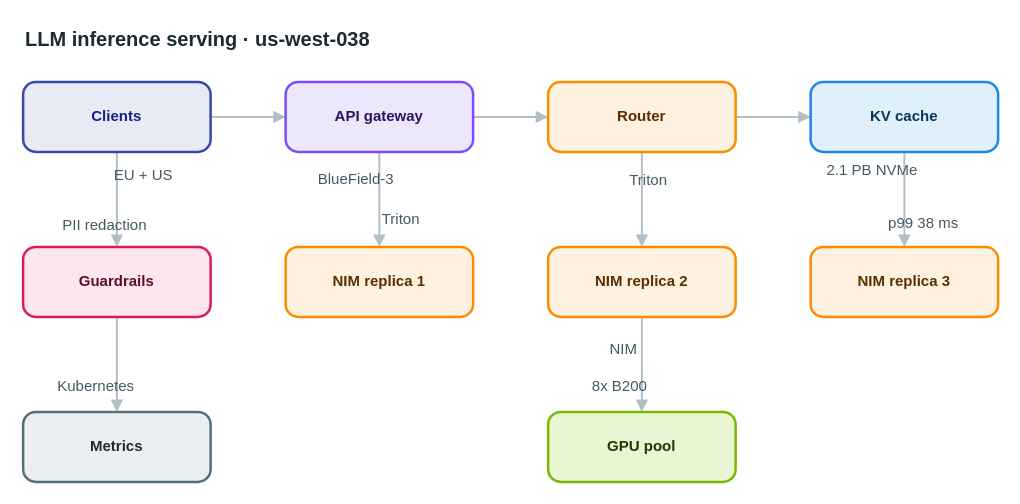
Above: apps/web/public/samples/library/038-llm-inference-serving.drawio in AryanG01/open-apprentice (draw.io), before the change. Source tidied: cells renumbered, new cells numbered last; positions are measured from the earlier drawing's top-left corner, leaving out a move shared by most shapes. Both pictures are drawn from the tidied source at 125%, with x=0, y=0 at pixel (22, 21).
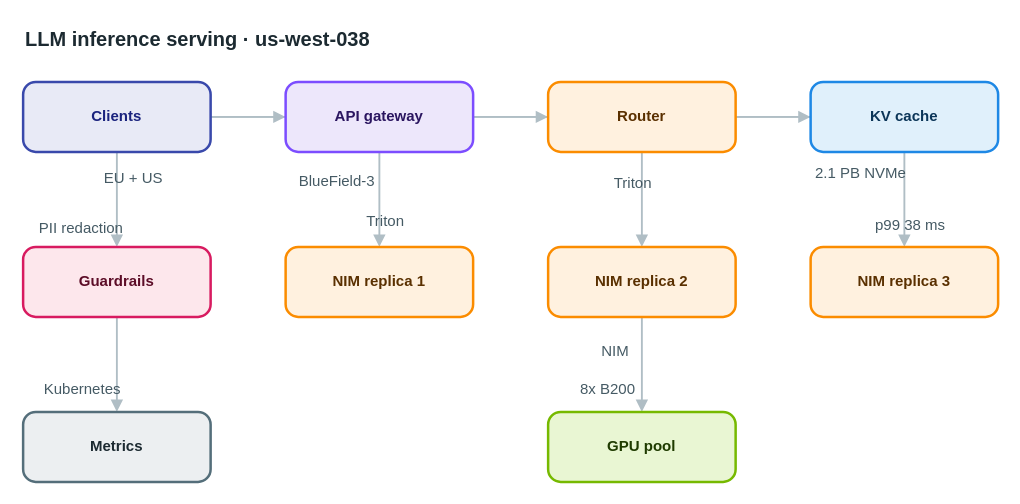
Above is the later version.

The edit, as a diff of the source:
```diff
@@
-    <mxCell id="22" value="EU + US" style="text;html=1;align=center;verticalAlign=middle;whiteSpace=nowrap;strokeColor=none;fillColor=none;fontSize=12;fontColor=#455a64;" parent="1" vertex="1">
+    <mxCell id="22" value="EU + US" style="text;html=1;align=left;verticalAlign=top;whiteSpace=nowrap;spacing=0;spacingTop=0;strokeColor=none;fillColor=none;fontSize=12;fontColor=#455a64;" parent="1" vertex="1">
       <mxGeometry x="65" y="113" width="61" height="20" as="geometry" />
     </mxCell>
-    <mxCell id="23" value="BlueField-3" style="text;html=1;align=center;verticalAlign=middle;whiteSpace=nowrap;strokeColor=none;fillColor=none;fontSize=12;fontColor=#455a64;" parent="1" vertex="1">
+    <mxCell id="23" value="BlueField-3" style="text;html=1;align=left;verticalAlign=top;whiteSpace=nowrap;spacing=0;spacingTop=0;strokeColor=none;fillColor=none;fontSize=12;fontColor=#455a64;" parent="1" vertex="1">
       <mxGeometry x="221" y="116" width="89" height="20" as="geometry" />
     </mxCell>
-    <mxCell id="24" value="Triton" style="text;html=1;align=center;verticalAlign=middle;whiteSpace=nowrap;strokeColor=none;fillColor=none;fontSize=12;fontColor=#455a64;" parent="1" vertex="1">
+    <mxCell id="24" value="Triton" style="text;html=1;align=left;verticalAlign=top;whiteSpace=nowrap;spacing=0;spacingTop=0;strokeColor=none;fillColor=none;fontSize=12;fontColor=#455a64;" parent="1" vertex="1">
       <mxGeometry x="473" y="117" width="54" height="20" as="geometry" />
     </mxCell>
-    <mxCell id="25" value="Triton" style="text;html=1;align=center;verticalAlign=middle;whiteSpace=nowrap;strokeColor=none;fillColor=none;fontSize=12;fontColor=#455a64;" parent="1" vertex="1">
+    <mxCell id="25" value="Triton" style="text;html=1;align=left;verticalAlign=top;whiteSpace=nowrap;spacing=0;spacingTop=0;strokeColor=none;fillColor=none;fontSize=12;fontColor=#455a64;" parent="1" vertex="1">
       <mxGeometry x="275" y="148" width="54" height="20" as="geometry" />
     </mxCell>
-    <mxCell id="26" value="NIM" style="text;html=1;align=center;verticalAlign=middle;whiteSpace=nowrap;strokeColor=none;fillColor=none;fontSize=12;fontColor=#455a64;" parent="1" vertex="1">
+    <mxCell id="26" value="NIM" style="text;html=1;align=left;verticalAlign=top;whiteSpace=nowrap;spacing=0;spacingTop=0;strokeColor=none;fillColor=none;fontSize=12;fontColor=#455a64;" parent="1" vertex="1">
       <mxGeometry x="463" y="252" width="33" height="20" as="geometry" />
     </mxCell>
-    <mxCell id="27" value="p99 38 ms" style="text;html=1;align=center;verticalAlign=middle;whiteSpace=nowrap;strokeColor=none;fillColor=none;fontSize=12;fontColor=#455a64;" parent="1" vertex="1">
+    <mxCell id="27" value="p99 38 ms" style="text;html=1;align=left;verticalAlign=top;whiteSpace=nowrap;spacing=0;spacingTop=0;strokeColor=none;fillColor=none;fontSize=12;fontColor=#455a64;" parent="1" vertex="1">
       <mxGeometry x="682" y="151" width="75" height="20" as="geometry" />
     </mxCell>
-    <mxCell id="28" value="2.1 PB NVMe" style="text;html=1;align=center;verticalAlign=middle;whiteSpace=nowrap;strokeColor=none;fillColor=none;fontSize=12;fontColor=#455a64;" parent="1" vertex="1">
+    <mxCell id="28" value="2.1 PB NVMe" style="text;html=1;align=left;verticalAlign=top;whiteSpace=nowrap;spacing=0;spacingTop=0;strokeColor=none;fillColor=none;fontSize=12;fontColor=#455a64;" parent="1" vertex="1">
       <mxGeometry x="634" y="109" width="89" height="20" as="geometry" />
     </mxCell>
-    <mxCell id="29" value="8x B200" style="text;html=1;align=center;verticalAlign=middle;whiteSpace=nowrap;strokeColor=none;fillColor=none;fontSize=12;fontColor=#455a64;" parent="1" vertex="1">
+    <mxCell id="29" value="8x B200" style="text;html=1;align=left;verticalAlign=top;whiteSpace=nowrap;spacing=0;spacingTop=0;strokeColor=none;fillColor=none;fontSize=12;fontColor=#455a64;" parent="1" vertex="1">
       <mxGeometry x="446" y="282" width="61" height="20" as="geometry" />
     </mxCell>
-    <mxCell id="30" value="PII redaction" style="text;html=1;align=center;verticalAlign=middle;whiteSpace=nowrap;strokeColor=none;fillColor=none;fontSize=12;fontColor=#455a64;" parent="1" vertex="1">
+    <mxCell id="30" value="PII redaction" style="text;html=1;align=left;verticalAlign=top;whiteSpace=nowrap;spacing=0;spacingTop=0;strokeColor=none;fillColor=none;fontSize=12;fontColor=#455a64;" parent="1" vertex="1">
       <mxGeometry x="13" y="153" width="103" height="20" as="geometry" />
     </mxCell>
-    <mxCell id="31" value="Kubernetes" style="text;html=1;align=center;verticalAlign=middle;whiteSpace=nowrap;strokeColor=none;fillColor=none;fontSize=12;fontColor=#455a64;" parent="1" vertex="1">
+    <mxCell id="31" value="Kubernetes" style="text;html=1;align=left;verticalAlign=top;whiteSpace=nowrap;spacing=0;spacingTop=0;strokeColor=none;fillColor=none;fontSize=12;fontColor=#455a64;" parent="1" vertex="1">
       <mxGeometry x="17" y="282" width="82" height="20" as="geometry" />
     </mxCell>
```
